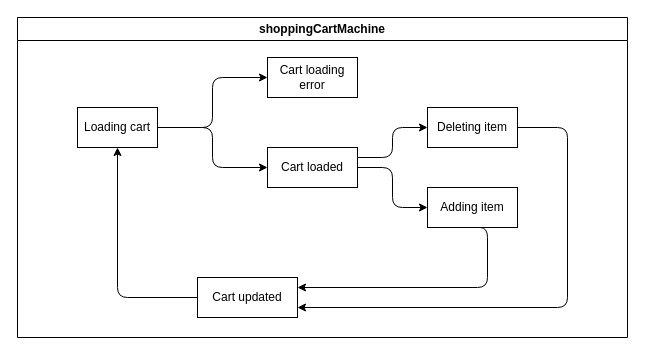
The draw.io diagram app/machines/shoppingCartMachine.drawio in lizkaufman/gw-prep-app, before the edit. Source tidied: cells renumbered, new cells numbered last; positions are measured from the earlier drawing's top-left corner, leaving out a move shared by most shapes. Both pictures are drawn from the tidied source at 100%, with x=0, y=0 at pixel (17, 17).
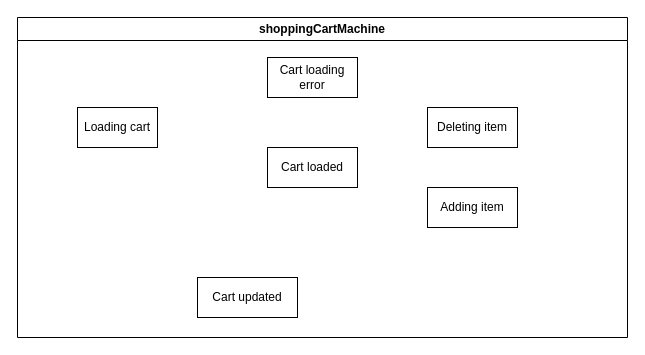
The same diagram, later.

Commit message (it also covers changes not shown here):
drawio plan for state machine - more readable

Unchanged cells that the change refers to:
```xml
<mxCell id="4" value="Loading cart" style="rounded=0;whiteSpace=wrap;html=1;" parent="1" vertex="1">
  <mxGeometry x="60" y="90" width="80" height="40" as="geometry" />
</mxCell>
<mxCell id="5" value="Cart loading error" style="rounded=0;whiteSpace=wrap;html=1;" parent="1" vertex="1">
  <mxGeometry x="250" y="40" width="90" height="40" as="geometry" />
</mxCell>
<mxCell id="8" value="Cart loaded" style="rounded=0;whiteSpace=wrap;html=1;" parent="1" vertex="1">
  <mxGeometry x="250" y="130" width="90" height="40" as="geometry" />
</mxCell>
<mxCell id="11" value="Deleting item" style="rounded=0;whiteSpace=wrap;html=1;" parent="1" vertex="1">
  <mxGeometry x="410" y="90" width="90" height="40" as="geometry" />
</mxCell>
<mxCell id="13" value="Cart updated" style="rounded=0;whiteSpace=wrap;html=1;" parent="1" vertex="1">
  <mxGeometry x="180" y="260" width="100" height="40" as="geometry" />
</mxCell>
<mxCell id="14" value="Adding item" style="rounded=0;whiteSpace=wrap;html=1;" parent="1" vertex="1">
  <mxGeometry x="410" y="170" width="90" height="40" as="geometry" />
</mxCell>
```

Diff of the diagram source:
```diff
@@
-    <mxCell id="2" style="edgeStyle=elbowEdgeStyle;html=1;entryX=0;entryY=0.5;entryDx=0;entryDy=0;" parent="1" edge="1" source="4" target="5">
+    <mxCell id="2" style="edgeStyle=elbowEdgeStyle;html=1;entryX=0;entryY=0.5;entryDx=0;entryDy=0;strokeColor=#FFFFFF;fillColor=#FFFFFF;" parent="1" edge="1" source="4" target="5">
       <mxGeometry relative="1" as="geometry" />
     </mxCell>
-    <mxCell id="3" style="edgeStyle=elbowEdgeStyle;html=1;entryX=0;entryY=0.5;entryDx=0;entryDy=0;" parent="1" edge="1" source="4" target="8">
+    <mxCell id="3" style="edgeStyle=elbowEdgeStyle;html=1;entryX=0;entryY=0.5;entryDx=0;entryDy=0;strokeColor=#FFFFFF;fillColor=#FFFFFF;" parent="1" edge="1" source="4" target="8">
       <mxGeometry relative="1" as="geometry" />
     </mxCell>
@@
-    <mxCell id="6" style="edgeStyle=elbowEdgeStyle;html=1;entryX=0;entryY=0.5;entryDx=0;entryDy=0;" parent="1" edge="1" source="8" target="14">
+    <mxCell id="6" style="edgeStyle=elbowEdgeStyle;html=1;entryX=0;entryY=0.5;entryDx=0;entryDy=0;strokeColor=#FFFFFF;fillColor=#FFFFFF;" parent="1" edge="1" source="8" target="14">
       <mxGeometry relative="1" as="geometry" />
     </mxCell>
-    <mxCell id="7" style="edgeStyle=elbowEdgeStyle;html=1;entryX=0;entryY=0.5;entryDx=0;entryDy=0;exitX=1;exitY=0.25;exitDx=0;exitDy=0;" parent="1" edge="1" source="8" target="11">
+    <mxCell id="7" style="edgeStyle=elbowEdgeStyle;html=1;entryX=0;entryY=0.5;entryDx=0;entryDy=0;exitX=1;exitY=0.25;exitDx=0;exitDy=0;strokeColor=#FFFFFF;fillColor=#FFFFFF;" parent="1" edge="1" source="8" target="11">
       <mxGeometry relative="1" as="geometry" />
     </mxCell>
@@
-    <mxCell id="9" style="edgeStyle=elbowEdgeStyle;html=1;entryX=1;entryY=0.75;entryDx=0;entryDy=0;exitX=1;exitY=0.5;exitDx=0;exitDy=0;" parent="1" edge="1" source="11" target="13">
+    <mxCell id="9" style="edgeStyle=elbowEdgeStyle;html=1;entryX=1;entryY=0.75;entryDx=0;entryDy=0;exitX=1;exitY=0.5;exitDx=0;exitDy=0;strokeColor=#FFFFFF;fillColor=#FFFFFF;" parent="1" edge="1" source="11" target="13">
       <mxGeometry relative="1" as="geometry">
         <Array as="points">
           <mxPoint x="550" y="290" />
           <mxPoint x="550" y="180" />
         </Array>
       </mxGeometry>
     </mxCell>
-    <mxCell id="10" style="edgeStyle=elbowEdgeStyle;html=1;entryX=1;entryY=0.25;entryDx=0;entryDy=0;startArrow=none;exitX=0.5;exitY=1;exitDx=0;exitDy=0;" parent="1" edge="1" source="14" target="13">
+    <mxCell id="10" style="edgeStyle=elbowEdgeStyle;html=1;entryX=1;entryY=0.25;entryDx=0;entryDy=0;startArrow=none;exitX=0.5;exitY=1;exitDx=0;exitDy=0;strokeColor=#FFFFFF;fillColor=#FFFFFF;" parent="1" edge="1" source="14" target="13">
       <mxGeometry relative="1" as="geometry">
         <Array as="points">
           <mxPoint x="470" y="220" />
         </Array>
       </mxGeometry>
     </mxCell>
@@
-    <mxCell id="12" style="edgeStyle=elbowEdgeStyle;html=1;entryX=0.5;entryY=1;entryDx=0;entryDy=0;" parent="1" edge="1" source="13" target="4">
+    <mxCell id="12" style="edgeStyle=elbowEdgeStyle;html=1;entryX=0.5;entryY=1;entryDx=0;entryDy=0;strokeColor=#FFFFFF;fillColor=#FFFFFF;" parent="1" edge="1" source="13" target="4">
       <mxGeometry relative="1" as="geometry">
         <Array as="points">
           <mxPoint x="100" y="210" />
         </Array>
       </mxGeometry>
     </mxCell>
```
